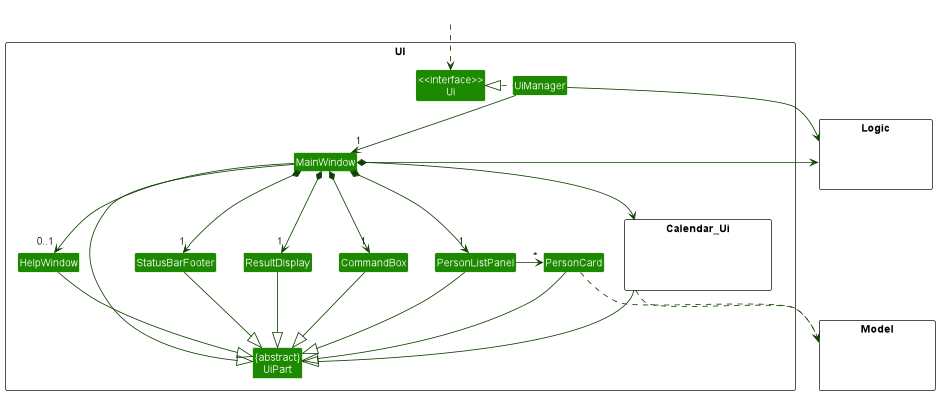
nus-cs2103-AY2223S1/tp keeps this PlantUML diagram as docs/images/UiClassDiagram.png. Above is the earlier version. Its source is kept beside it as docs/diagrams/UiClassDiagram.puml.
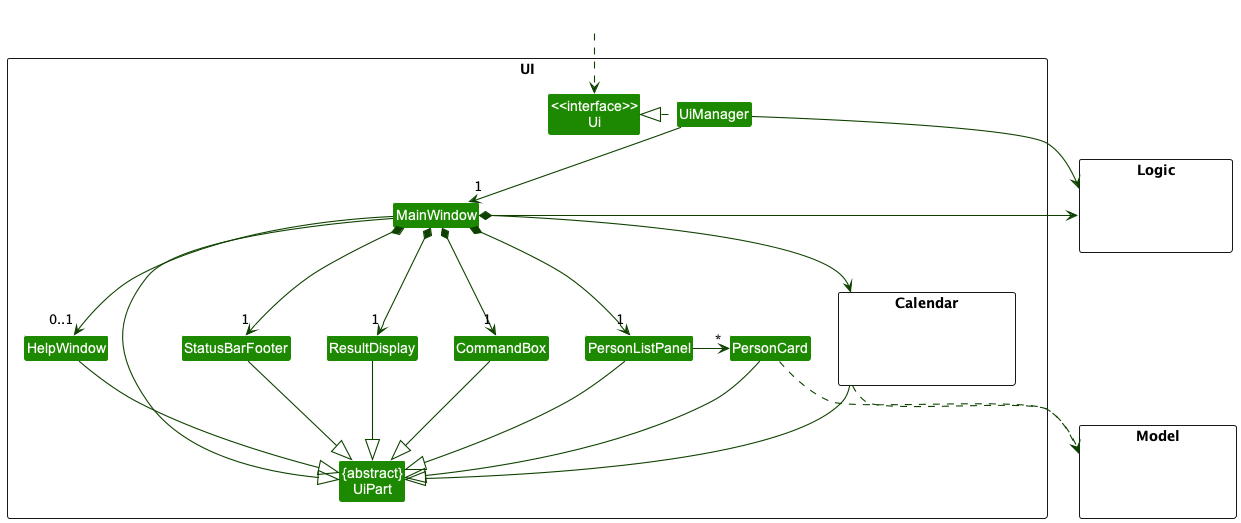
Later version of the same file.

Commit message:
Update UI class diagrams

The edit, as a diff of the source:
```diff
@@ -16,8 +16,8 @@
 Class StatusBarFooter
 Class CommandBox
 
-package Calendar_Ui <<Rectangle>> {
-Class HiddenCalendar_Ui #FFFFFF
+package Calendar <<Rectangle>> {
+Class HiddenCalendar #FFFFFF
 }
 }
 
@@ -41,7 +41,7 @@
 MainWindow *-down-> "1" PersonListPanel
 MainWindow *-down-> "1" StatusBarFooter
 MainWindow --> "0..1" HelpWindow
-MainWindow *-down-> Calendar_Ui
+MainWindow *-down-> Calendar
 
 PersonListPanel -left> "*" PersonCard
 
@@ -53,14 +53,14 @@
 PersonCard --|> UiPart
 StatusBarFooter --|> UiPart
 HelpWindow --|> UiPart
-Calendar_Ui --|> UiPart
+Calendar --|> UiPart
 
 PersonCard ..> Model
-Calendar_Ui ..> Model
+Calendar ..> Model
 UiManager -right-> Logic
 MainWindow -left-> Logic
 
-Calendar_Ui -[hidden]left- PersonListPanel
+Calendar -[hidden]left- PersonListPanel
 PersonListPanel -[hidden]left- HelpWindow
 HelpWindow -[hidden]left- CommandBox
 CommandBox -[hidden]left- ResultDisplay
```
